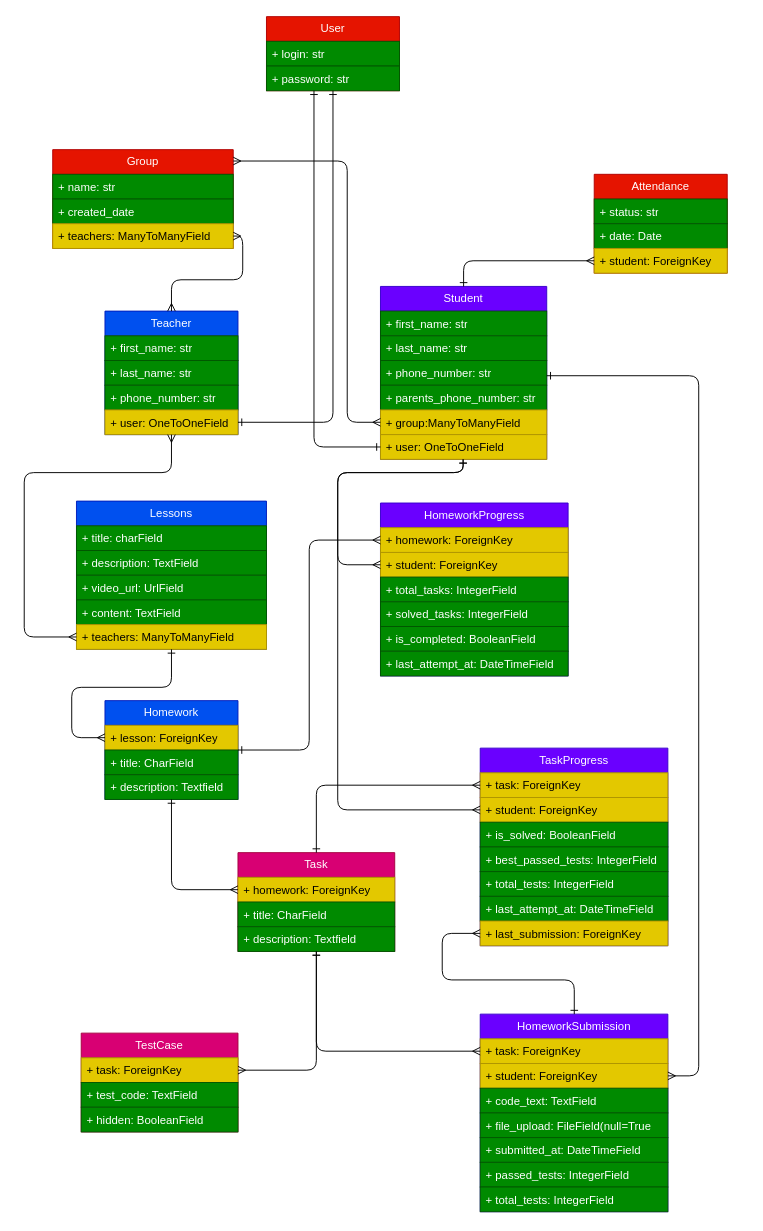
Earlier version of the draw.io diagram models.drawio (Sanjarbek17/codeschool_backend). Source tidied: cells renumbered, new cells numbered last; positions are measured from the earlier drawing's top-left corner, leaving out a move shared by most shapes. Both pictures are drawn from the tidied source at 95%, with x=0, y=0 at pixel (24, 16).
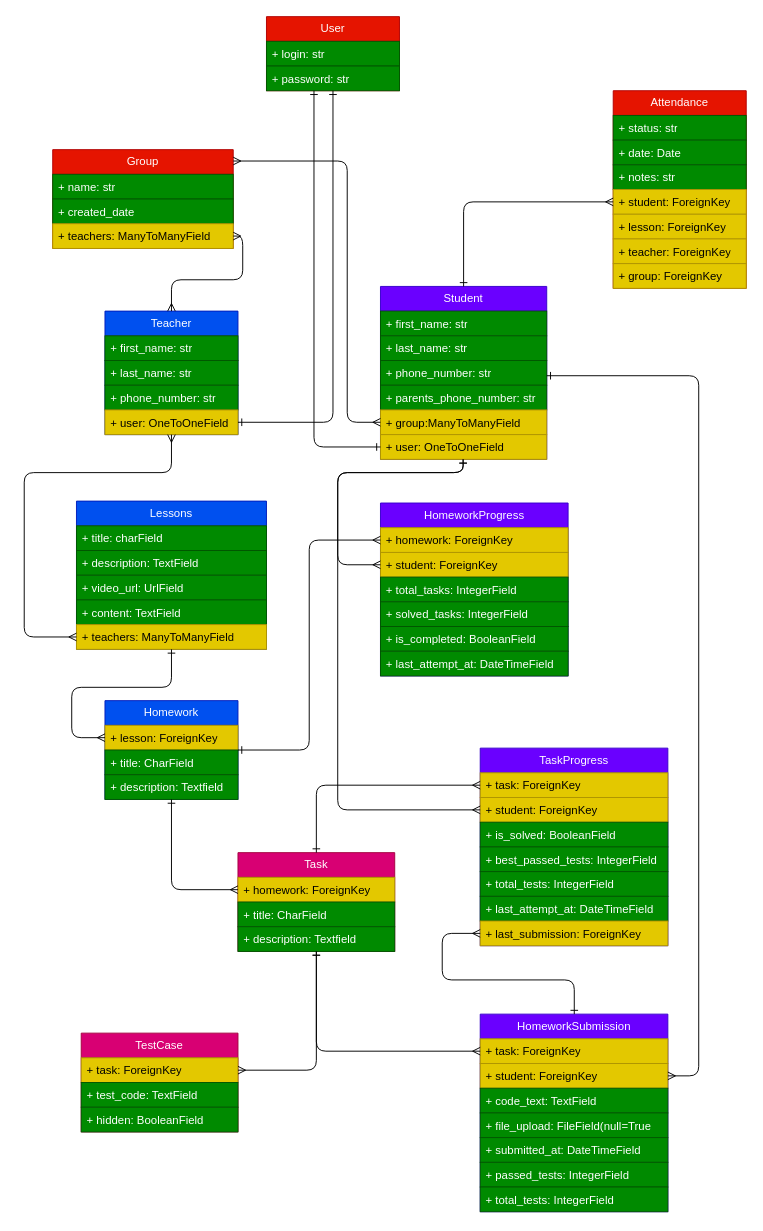
After the change.

Diff of the diagram source:
```diff
@@
     <mxCell id="75" value="Attendance" style="swimlane;fontStyle=0;horizontal=1;startSize=26;fillColor=#e51400;whiteSpace=wrap;html=1;fontColor=#ffffff;strokeColor=#B20000;" parent="1" vertex="1">
-      <mxGeometry x="600" y="166" width="140" height="104" as="geometry" />
+      <mxGeometry x="620" y="78" width="140" height="208" as="geometry" />
     </mxCell>
@@
+    <mxCell id="82" value="+ notes: str" style="text;strokeColor=#005700;fillColor=#008a00;align=left;verticalAlign=top;spacingLeft=4;spacingRight=4;overflow=hidden;whiteSpace=wrap;html=1;fontColor=#ffffff;" parent="75" vertex="1">
+      <mxGeometry y="78" width="140" height="26" as="geometry" />
+    </mxCell>
     <mxCell id="78" value="+ student: ForeignKey" style="text;strokeColor=#B09500;fillColor=#e3c800;align=left;verticalAlign=top;spacingLeft=4;spacingRight=4;overflow=hidden;points=[[0,0.5],[1,0.5]];portConstraint=eastwest;whiteSpace=wrap;html=1;fontColor=#000000;" parent="75" vertex="1">
-      <mxGeometry y="78" width="140" height="26" as="geometry" />
+      <mxGeometry y="104" width="140" height="26" as="geometry" />
     </mxCell>
+    <mxCell id="83" value="+ lesson: ForeignKey" style="text;strokeColor=#B09500;fillColor=#e3c800;align=left;verticalAlign=top;spacingLeft=4;spacingRight=4;overflow=hidden;whiteSpace=wrap;html=1;fontColor=#000000;" parent="75" vertex="1">
+      <mxGeometry y="130" width="140" height="26" as="geometry" />
+    </mxCell>
+    <mxCell id="84" value="+ teacher: ForeignKey" style="text;strokeColor=#B09500;fillColor=#e3c800;align=left;verticalAlign=top;spacingLeft=4;spacingRight=4;overflow=hidden;whiteSpace=wrap;html=1;fontColor=#000000;" parent="75" vertex="1">
+      <mxGeometry y="156" width="140" height="26" as="geometry" />
+    </mxCell>
+    <mxCell id="85" value="+ group: ForeignKey" style="text;strokeColor=#B09500;fillColor=#e3c800;align=left;verticalAlign=top;spacingLeft=4;spacingRight=4;overflow=hidden;whiteSpace=wrap;html=1;fontColor=#000000;" parent="75" vertex="1">
+      <mxGeometry y="182" width="140" height="26" as="geometry" />
+    </mxCell>
```
